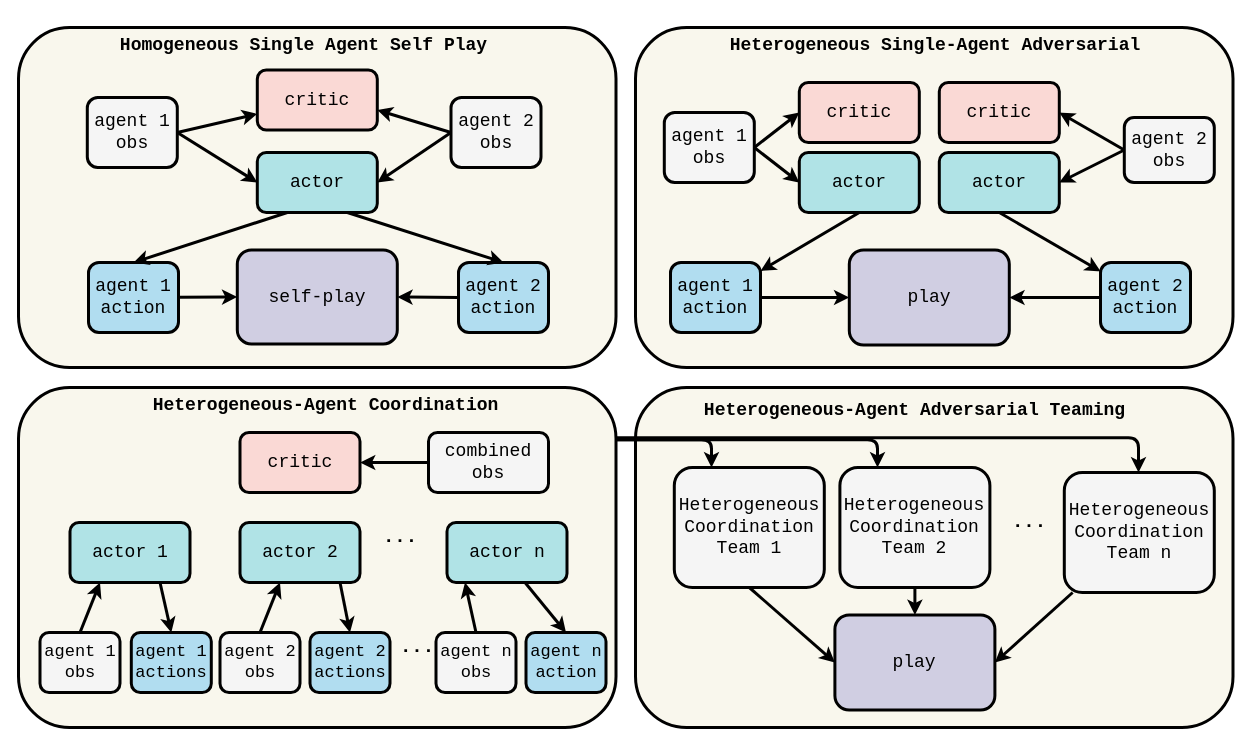
This is scripts/reinforcement_learning/harl/adversarial.drawio from DIRECTLab/IsaacLab-HARL, a draw.io file, before an edit. Source tidied: cells renumbered, new cells numbered last; positions are measured from the earlier drawing's top-left corner, leaving out a move shared by most shapes. Both pictures are drawn from the tidied source at 100%, with x=0, y=0 at pixel (18, 17).
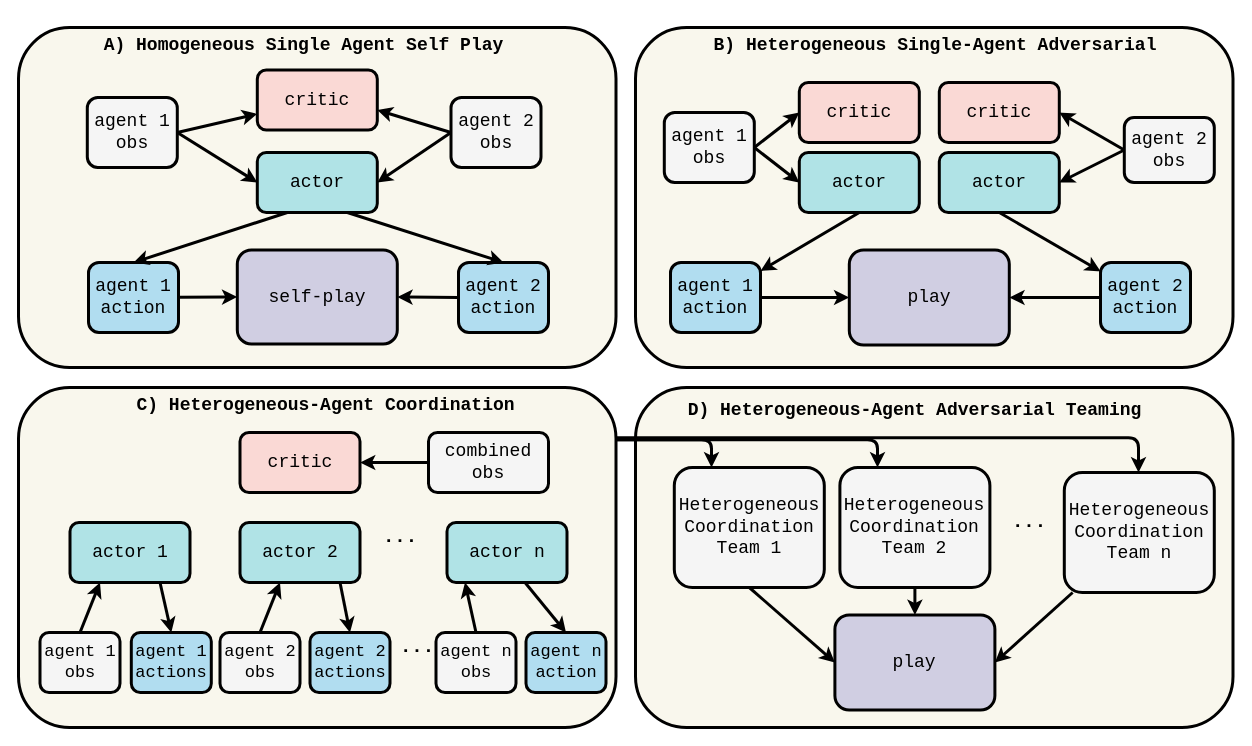
After the change.

What changed in the source:
```diff
@@
-    <mxCell id="4" value="Homogeneous Single Agent Self Play" style="text;strokeColor=none;align=center;fillColor=none;html=1;verticalAlign=middle;whiteSpace=wrap;rounded=0;strokeWidth=3;fontSize=18;fontStyle=1;fontColor=#000000;labelBackgroundColor=none;labelBorderColor=none;textShadow=0;fontFamily=Courier New;" parent="1" vertex="1">
+    <mxCell id="4" value="A) Homogeneous Single Agent Self Play" style="text;strokeColor=none;align=center;fillColor=none;html=1;verticalAlign=middle;whiteSpace=wrap;rounded=0;strokeWidth=3;fontSize=18;fontStyle=1;fontColor=#000000;labelBackgroundColor=none;labelBorderColor=none;textShadow=0;fontFamily=Courier New;" parent="1" vertex="1">
       <mxGeometry x="21.2" width="528.8" height="56.9" as="geometry" />
     </mxCell>
@@
-    <mxCell id="28" value="&lt;b&gt;&lt;font style=&quot;color: rgb(0, 0, 0);&quot;&gt;Heterogeneous-Agent Adversarial Teaming&lt;/font&gt;&lt;/b&gt;" style="text;strokeColor=none;align=center;fillColor=none;html=1;verticalAlign=middle;whiteSpace=wrap;rounded=0;strokeWidth=3;fontSize=18;fontStyle=0;fontColor=#000000;labelBackgroundColor=none;labelBorderColor=none;textShadow=0;fontFamily=Courier New;" parent="1" vertex="1">
+    <mxCell id="28" value="&lt;b&gt;&lt;font style=&quot;color: rgb(0, 0, 0);&quot;&gt;D) Heterogeneous-Agent Adversarial Teaming&lt;/font&gt;&lt;/b&gt;" style="text;strokeColor=none;align=center;fillColor=none;html=1;verticalAlign=middle;whiteSpace=wrap;rounded=0;strokeWidth=3;fontSize=18;fontStyle=0;fontColor=#000000;labelBackgroundColor=none;labelBorderColor=none;textShadow=0;fontFamily=Courier New;" parent="1" vertex="1">
       <mxGeometry x="655.8" y="375" width="481.2" height="35" as="geometry" />
     </mxCell>
@@
-    <mxCell id="49" value="&lt;b&gt;&lt;font style=&quot;color: rgb(0, 0, 0);&quot;&gt;Heterogeneous Single-Agent Adversarial&lt;/font&gt;&lt;/b&gt;" style="text;strokeColor=none;align=center;fillColor=none;html=1;verticalAlign=middle;whiteSpace=wrap;rounded=0;strokeWidth=3;fontSize=18;fontStyle=0;fontColor=#000000;labelBackgroundColor=none;labelBorderColor=none;textShadow=0;fontFamily=Courier New;" parent="1" vertex="1">
+    <mxCell id="49" value="&lt;b&gt;&lt;font style=&quot;color: rgb(0, 0, 0);&quot;&gt;B) Heterogeneous Single-Agent Adversarial&lt;/font&gt;&lt;/b&gt;" style="text;strokeColor=none;align=center;fillColor=none;html=1;verticalAlign=middle;whiteSpace=wrap;rounded=0;strokeWidth=3;fontSize=18;fontStyle=0;fontColor=#000000;labelBackgroundColor=none;labelBorderColor=none;textShadow=0;fontFamily=Courier New;" parent="1" vertex="1">
       <mxGeometry x="662" y="13.4" width="510" height="30" as="geometry" />
     </mxCell>
@@
-    <mxCell id="68" value="&lt;b&gt;&lt;font style=&quot;color: rgb(0, 0, 0);&quot;&gt;Heterogeneous-Agent Coordination&lt;/font&gt;&lt;/b&gt;" style="text;strokeColor=none;align=center;fillColor=none;html=1;verticalAlign=middle;whiteSpace=wrap;rounded=0;strokeWidth=3;fontSize=18;fontStyle=0;fontColor=#000000;labelBackgroundColor=none;labelBorderColor=none;textShadow=0;fontFamily=Courier New;" parent="1" vertex="1">
+    <mxCell id="68" value="&lt;b&gt;&lt;font style=&quot;color: rgb(0, 0, 0);&quot;&gt;C) Heterogeneous-Agent Coordination&lt;/font&gt;&lt;/b&gt;" style="text;strokeColor=none;align=center;fillColor=none;html=1;verticalAlign=middle;whiteSpace=wrap;rounded=0;strokeWidth=3;fontSize=18;fontStyle=0;fontColor=#000000;labelBackgroundColor=none;labelBorderColor=none;textShadow=0;fontFamily=Courier New;" parent="1" vertex="1">
       <mxGeometry x="33.4" y="375" width="548.8" height="25" as="geometry" />
     </mxCell>
```
